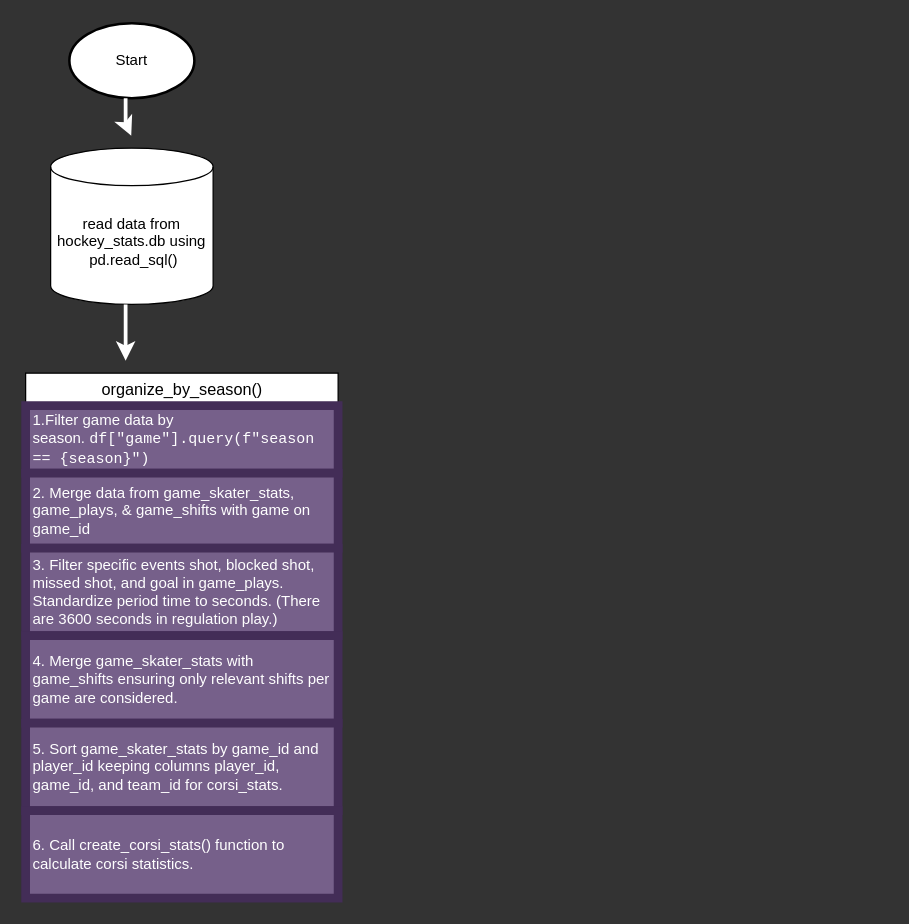
The draw.io diagram flowforcorsi.drawio in ewnike/cost_cup, before the edit. Source tidied: cells renumbered, new cells numbered last; positions are measured from the earlier drawing's top-left corner, leaving out a move shared by most shapes. Both pictures are drawn from the tidied source at 125%, with x=0, y=0 at pixel (25, 22).
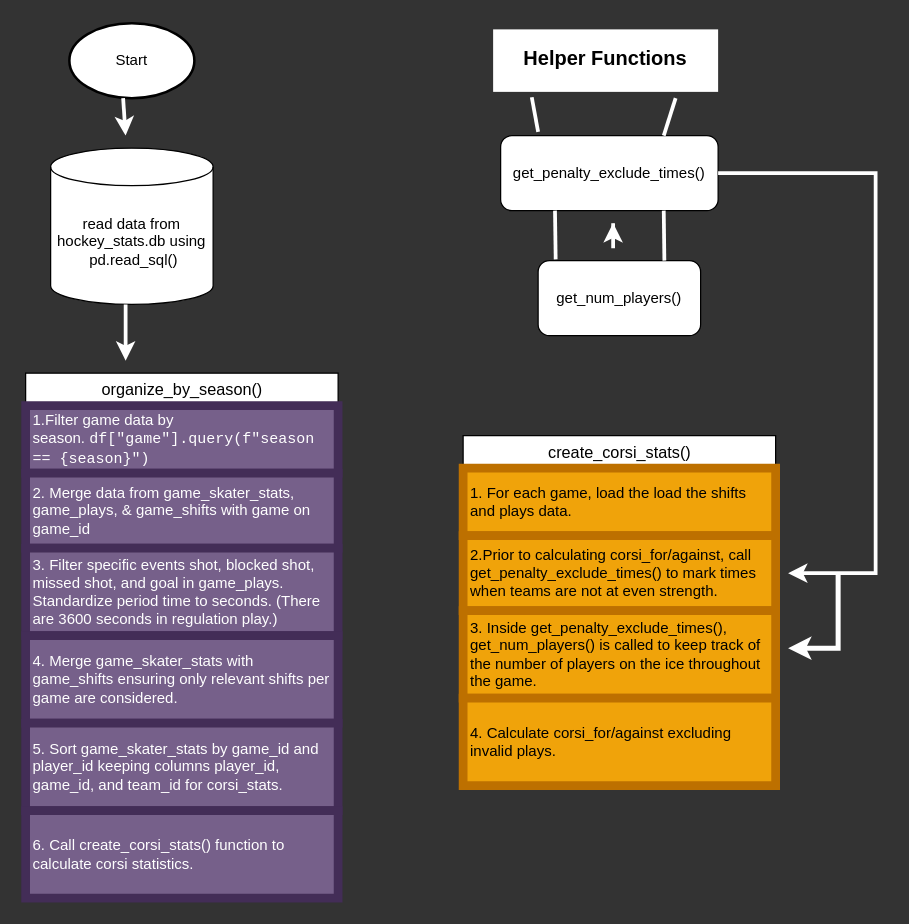
After the change.

Unchanged cells that the change refers to:
```xml
<mxCell id="3" value="Start" style="strokeWidth=2;html=1;shape=mxgraph.flowchart.start_1;whiteSpace=wrap;labelBackgroundColor=none;" parent="1" vertex="1">
  <mxGeometry x="35" width="100" height="60" as="geometry" />
</mxCell>
```

Diff of the diagram source:
```diff
@@
-    <mxCell id="5" style="endArrow=classic;html=1;rounded=0;strokeColor=#FFFFFF;strokeWidth=3;" parent="1" edge="1">
-      <mxGeometry relative="1" as="geometry">
-        <mxPoint x="80" y="60" as="sourcePoint" />
-        <mxPoint x="84.5" y="90" as="targetPoint" />
-        <Array as="points">
-          <mxPoint x="80" y="70" />
-          <mxPoint x="80" y="80" />
-        </Array>
-      </mxGeometry>
-    </mxCell>
@@
+    <mxCell id="14" style="endArrow=classic;html=1;rounded=0;exitX=0.43;exitY=1;exitDx=0;exitDy=0;exitPerimeter=0;strokeColor=#FFFFFF;strokeWidth=3;" parent="1" edge="1" source="3">
+      <mxGeometry relative="1" as="geometry">
+        <mxPoint x="80" y="90" as="targetPoint" />
+      </mxGeometry>
+    </mxCell>
+    <mxCell id="15" value="&lt;font size=&quot;2&quot;&gt;create_corsi_stats()&lt;/font&gt;" style="swimlane;fontStyle=0;horizontal=1;startSize=26;html=1;" parent="1" vertex="1">
+      <mxGeometry x="350" y="330" width="250" height="280" as="geometry" />
+    </mxCell>
+    <mxCell id="16" value="1. For each game, load the load the shifts and plays data." style="text;strokeColor=#BD7000;fillColor=#f0a30a;align=left;verticalAlign=middle;spacingLeft=4;spacingRight=4;overflow=hidden;whiteSpace=wrap;html=1;fontColor=#000000;perimeterSpacing=3;strokeWidth=7;" parent="15" vertex="1">
+      <mxGeometry y="26" width="250" height="54" as="geometry" />
+    </mxCell>
+    <mxCell id="17" value="2.Prior to calculating corsi_for/against, call get_penalty_exclude_times() to mark times when teams are not at even strength." style="text;strokeColor=#BD7000;fillColor=#f0a30a;align=left;verticalAlign=middle;spacingLeft=4;spacingRight=4;overflow=hidden;whiteSpace=wrap;html=1;fontColor=#000000;perimeterSpacing=3;strokeWidth=7;" parent="15" vertex="1">
+      <mxGeometry y="80" width="250" height="60" as="geometry" />
+    </mxCell>
+    <mxCell id="18" value="3. Inside get_penalty_exclude_times(), get_num_players() is called to keep track of the number of players on the ice throughout the game." style="text;align=left;verticalAlign=top;spacingLeft=4;spacingRight=4;overflow=hidden;whiteSpace=wrap;html=1;perimeterSpacing=3;strokeWidth=7;fillColor=#f0a30a;fontColor=#000000;strokeColor=#BD7000;" parent="15" vertex="1">
+      <mxGeometry y="140" width="250" height="70" as="geometry" />
+    </mxCell>
+    <mxCell id="19" value="4. Calculate corsi_for/against excluding invalid plays." style="text;strokeColor=#BD7000;fillColor=#f0a30a;align=left;verticalAlign=middle;spacingLeft=4;spacingRight=4;overflow=hidden;whiteSpace=wrap;html=1;fontColor=#000000;perimeterSpacing=3;strokeWidth=7;" parent="15" vertex="1">
+      <mxGeometry y="210" width="250" height="70" as="geometry" />
+    </mxCell>
+    <mxCell id="20" value="get_penalty_exclude_times()" style="rounded=1;whiteSpace=wrap;html=1;" parent="1" vertex="1">
+      <mxGeometry x="380" y="90" width="174" height="60" as="geometry" />
+    </mxCell>
+    <mxCell id="21" value="get_num_players()" style="rounded=1;whiteSpace=wrap;html=1;" parent="1" vertex="1">
+      <mxGeometry x="410" y="190" width="130" height="60" as="geometry" />
+    </mxCell>
+    <mxCell id="22" value="&lt;h1 style=&quot;margin-top: 0px;&quot;&gt;&lt;font style=&quot;font-size: 16px;&quot;&gt;Helper Functions&lt;/font&gt;&lt;/h1&gt;" style="text;html=1;whiteSpace=wrap;overflow=hidden;rounded=0;perimeterSpacing=5;strokeWidth=5;fillColor=default;align=center;" parent="1" vertex="1">
+      <mxGeometry x="374" y="5" width="180" height="50" as="geometry" />
+    </mxCell>
+    <mxCell id="23" style="endArrow=classic;html=1;rounded=0;fontColor=#FFFFFF;strokeColor=#FFFFFF;strokeWidth=3;" parent="1" edge="1">
+      <mxGeometry relative="1" as="geometry">
+        <mxPoint x="470" y="160" as="sourcePoint" />
+        <mxPoint x="470" y="160" as="targetPoint" />
+        <Array as="points">
+          <mxPoint x="470" y="180" />
+        </Array>
+      </mxGeometry>
+    </mxCell>
+    <mxCell id="24" style="endArrow=classic;html=1;rounded=0;exitX=1;exitY=0.5;exitDx=0;exitDy=0;strokeColor=#FFFFFF;strokeWidth=3;" parent="1" edge="1" source="20">
+      <mxGeometry relative="1" as="geometry">
+        <mxPoint x="610" y="440" as="targetPoint" />
+        <Array as="points">
+          <mxPoint x="680" y="120" />
+          <mxPoint x="680" y="440" />
+        </Array>
+      </mxGeometry>
+    </mxCell>
+    <mxCell id="25" style="endArrow=classic;html=1;rounded=0;strokeColor=#FFFFFF;strokeWidth=4;" parent="1" edge="1">
+      <mxGeometry relative="1" as="geometry">
+        <mxPoint x="650" y="440" as="sourcePoint" />
+        <mxPoint x="610" y="500" as="targetPoint" />
+        <Array as="points">
+          <mxPoint x="650" y="500" />
+        </Array>
+      </mxGeometry>
+    </mxCell>
+    <mxCell id="26" style="endArrow=none;html=1;rounded=0;exitX=0.189;exitY=0.988;exitDx=0;exitDy=0;exitPerimeter=0;strokeColor=#FFFFFF;strokeWidth=3;" parent="1" edge="1" source="22">
+      <mxGeometry relative="1" as="geometry">
+        <mxPoint x="410" y="87" as="targetPoint" />
+      </mxGeometry>
+    </mxCell>
+    <mxCell id="27" style="endArrow=none;html=1;rounded=0;exitX=0.189;exitY=0.988;exitDx=0;exitDy=0;exitPerimeter=0;strokeColor=#FFFFFF;strokeWidth=3;entryX=0.75;entryY=0;entryDx=0;entryDy=0;" parent="1" edge="1" target="20">
+      <mxGeometry relative="1" as="geometry">
+        <mxPoint x="520" y="60" as="sourcePoint" />
+      </mxGeometry>
+    </mxCell>
+    <mxCell id="28" style="endArrow=none;html=1;rounded=0;strokeColor=#FFFFFF;strokeWidth=3;exitX=0.75;exitY=1;exitDx=0;exitDy=0;" parent="1" edge="1" source="20">
+      <mxGeometry relative="1" as="geometry">
+        <mxPoint x="511" y="190" as="targetPoint" />
+      </mxGeometry>
+    </mxCell>
+    <mxCell id="29" style="endArrow=none;html=1;rounded=0;strokeColor=#FFFFFF;strokeWidth=3;entryX=0.108;entryY=-0.017;entryDx=0;entryDy=0;exitX=0.25;exitY=1;exitDx=0;exitDy=0;entryPerimeter=0;" parent="1" edge="1" source="20" target="21">
+      <mxGeometry relative="1" as="geometry" />
+    </mxCell>
```
